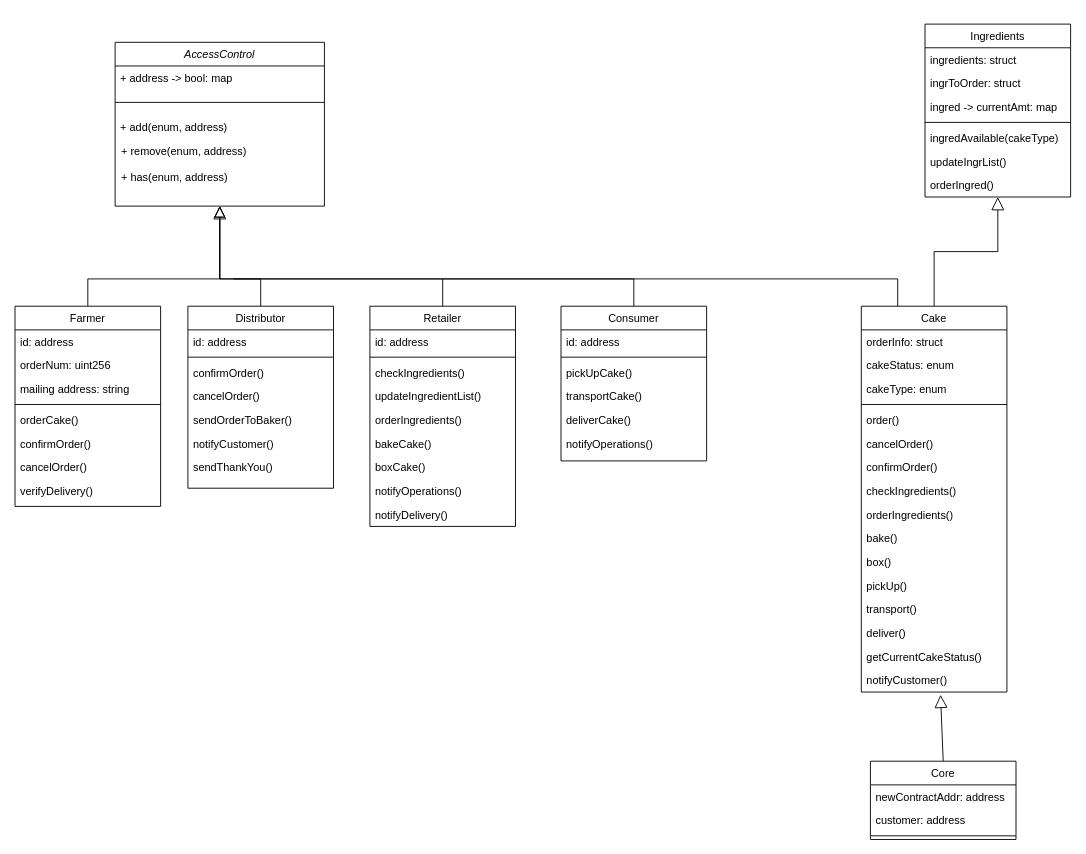
Before: planning/Coffee Supply Class.drawio in ligipop/PlanningSolutions, a draw.io diagram. Source tidied: cells renumbered, new cells numbered last; positions are measured from the earlier drawing's top-left corner, leaving out a move shared by most shapes. Both pictures are drawn from the tidied source at 91%, with x=0, y=0 at pixel (15, 24).
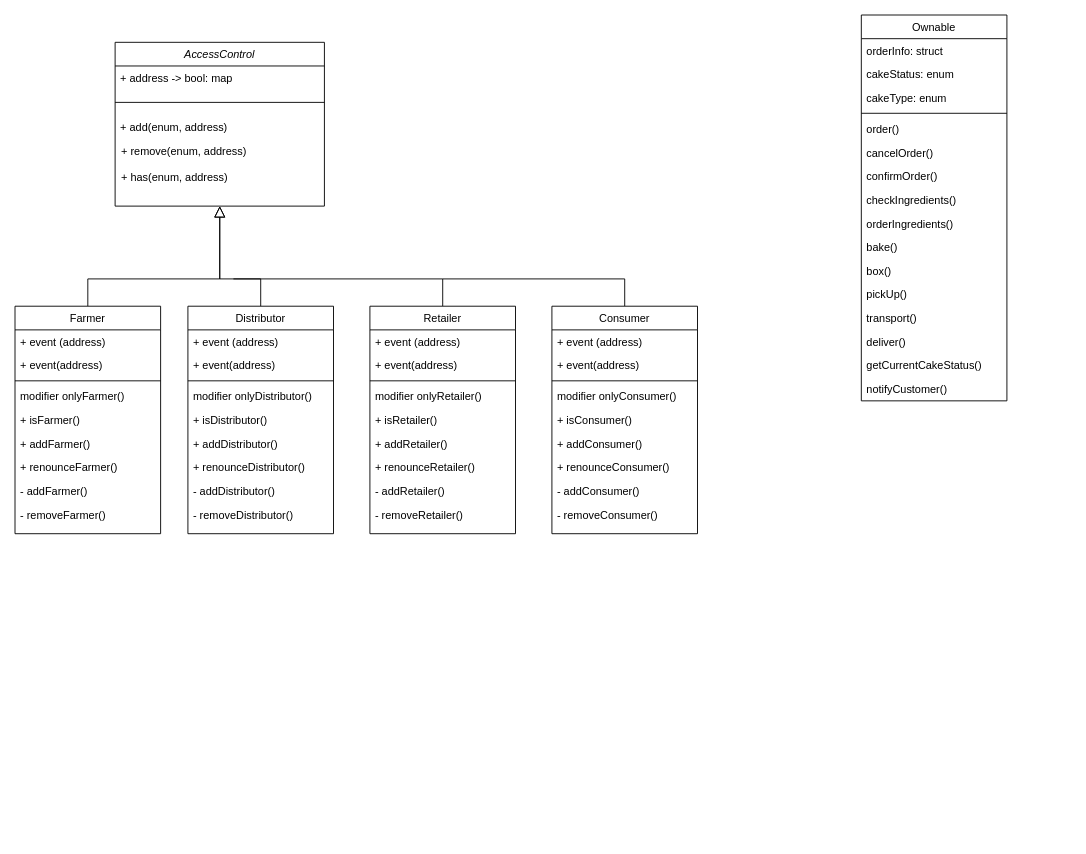
The same page after the edit.

Unchanged cells that the change refers to:
```xml
<mxCell id="2" value="AccessControl" style="swimlane;fontStyle=2;align=center;verticalAlign=top;horizontal=1;startSize=26;rounded=0;shadow=0;strokeWidth=1;" parent="1" vertex="1">
  <mxGeometry x="110" y="20" width="230" height="180" as="geometry" />
</mxCell>
<mxCell id="23" value="notifyCustomer()" style="text;align=left;verticalAlign=top;spacingLeft=4;spacingRight=4;overflow=hidden;points=[[0,0.5],[1,0.5]];portConstraint=eastwest;" parent="7" vertex="1">
  <mxGeometry y="398" width="160" height="26" as="geometry" />
</mxCell>
```

Diff of the diagram source:
```diff
@@
-    <mxCell id="7" value="Cake" style="swimlane;fontStyle=0;align=center;verticalAlign=top;horizontal=1;startSize=26;rounded=0;shadow=0;strokeWidth=1;" parent="1" vertex="1">
-      <mxGeometry x="930" y="310" width="160" height="424" as="geometry" />
+    <mxCell id="7" value="Ownable" style="swimlane;fontStyle=0;align=center;verticalAlign=top;horizontal=1;startSize=26;rounded=0;shadow=0;strokeWidth=1;" parent="1" vertex="1">
+      <mxGeometry x="930" y="-10" width="160" height="424" as="geometry" />
     </mxCell>
@@
-    <mxCell id="25" value="Retailer" style="swimlane;fontStyle=0;align=center;verticalAlign=top;horizontal=1;startSize=26;rounded=0;shadow=0;strokeWidth=1;" parent="1" vertex="1">
-      <mxGeometry x="390" y="310" width="160" height="242" as="geometry" />
-    </mxCell>
-    <mxCell id="26" value="id: address" style="text;align=left;verticalAlign=top;spacingLeft=4;spacingRight=4;overflow=hidden;" parent="25" vertex="1">
-      <mxGeometry y="26" width="160" height="26" as="geometry" />
-    </mxCell>
-    <mxCell id="27" style="line;html=1;strokeWidth=1;align=left;verticalAlign=middle;spacingTop=-1;spacingLeft=3;spacingRight=3;labelPosition=right;" parent="25" vertex="1">
-      <mxGeometry y="52" width="160" height="8" as="geometry" />
-    </mxCell>
-    <mxCell id="28" value="checkIngredients()" style="text;align=left;verticalAlign=top;spacingLeft=4;spacingRight=4;overflow=hidden;" parent="25" vertex="1">
-      <mxGeometry y="60" width="160" height="26" as="geometry" />
-    </mxCell>
-    <mxCell id="29" value="updateIngredientList()" style="text;align=left;verticalAlign=top;spacingLeft=4;spacingRight=4;overflow=hidden;" parent="25" vertex="1">
-      <mxGeometry y="86" width="160" height="26" as="geometry" />
-    </mxCell>
-    <mxCell id="30" value="orderIngredients()" style="text;align=left;verticalAlign=top;spacingLeft=4;spacingRight=4;overflow=hidden;" parent="25" vertex="1">
-      <mxGeometry y="112" width="160" height="26" as="geometry" />
-    </mxCell>
-    <mxCell id="31" value="bakeCake()" style="text;align=left;verticalAlign=top;spacingLeft=4;spacingRight=4;overflow=hidden;" parent="25" vertex="1">
-      <mxGeometry y="138" width="160" height="26" as="geometry" />
-    </mxCell>
-    <mxCell id="32" value="boxCake()" style="text;align=left;verticalAlign=top;spacingLeft=4;spacingRight=4;overflow=hidden;" parent="25" vertex="1">
-      <mxGeometry y="164" width="160" height="26" as="geometry" />
-    </mxCell>
-    <mxCell id="33" value="notifyOperations()" style="text;align=left;verticalAlign=top;spacingLeft=4;spacingRight=4;overflow=hidden;" parent="25" vertex="1">
-      <mxGeometry y="190" width="160" height="26" as="geometry" />
-    </mxCell>
-    <mxCell id="34" value="notifyDelivery()" style="text;align=left;verticalAlign=top;spacingLeft=4;spacingRight=4;overflow=hidden;" parent="25" vertex="1">
-      <mxGeometry y="216" width="160" height="26" as="geometry" />
-    </mxCell>
-    <mxCell id="35" value="Consumer" style="swimlane;fontStyle=0;align=center;verticalAlign=top;horizontal=1;startSize=26;rounded=0;shadow=0;strokeWidth=1;" parent="1" vertex="1">
-      <mxGeometry x="600" y="310" width="160" height="170" as="geometry" />
-    </mxCell>
-    <mxCell id="36" value="id: address" style="text;align=left;verticalAlign=top;spacingLeft=4;spacingRight=4;overflow=hidden;" parent="35" vertex="1">
-      <mxGeometry y="26" width="160" height="26" as="geometry" />
-    </mxCell>
-    <mxCell id="37" style="line;html=1;strokeWidth=1;align=left;verticalAlign=middle;spacingTop=-1;spacingLeft=3;spacingRight=3;labelPosition=right;" parent="35" vertex="1">
-      <mxGeometry y="52" width="160" height="8" as="geometry" />
-    </mxCell>
-    <mxCell id="38" value="pickUpCake()" style="text;align=left;verticalAlign=top;spacingLeft=4;spacingRight=4;overflow=hidden;" parent="35" vertex="1">
-      <mxGeometry y="60" width="160" height="26" as="geometry" />
-    </mxCell>
-    <mxCell id="39" value="transportCake()" style="text;align=left;verticalAlign=top;spacingLeft=4;spacingRight=4;overflow=hidden;" parent="35" vertex="1">
-      <mxGeometry y="86" width="160" height="26" as="geometry" />
-    </mxCell>
-    <mxCell id="40" value="deliverCake()" style="text;align=left;verticalAlign=top;spacingLeft=4;spacingRight=4;overflow=hidden;" parent="35" vertex="1">
-      <mxGeometry y="112" width="160" height="26" as="geometry" />
-    </mxCell>
-    <mxCell id="41" value="notifyOperations()" style="text;align=left;verticalAlign=top;spacingLeft=4;spacingRight=4;overflow=hidden;" parent="35" vertex="1">
-      <mxGeometry y="138" width="160" height="26" as="geometry" />
-    </mxCell>
@@
-    <mxCell id="44" value="Distributor" style="swimlane;fontStyle=0;align=center;verticalAlign=top;horizontal=1;startSize=26;rounded=0;shadow=0;strokeWidth=1;" parent="1" vertex="1">
-      <mxGeometry x="190" y="310" width="160" height="200" as="geometry" />
-    </mxCell>
-    <mxCell id="45" value="id: address" style="text;align=left;verticalAlign=top;spacingLeft=4;spacingRight=4;overflow=hidden;" parent="44" vertex="1">
-      <mxGeometry y="26" width="160" height="26" as="geometry" />
-    </mxCell>
-    <mxCell id="46" style="line;html=1;strokeWidth=1;align=left;verticalAlign=middle;spacingTop=-1;spacingLeft=3;spacingRight=3;labelPosition=right;" parent="44" vertex="1">
-      <mxGeometry y="52" width="160" height="8" as="geometry" />
-    </mxCell>
-    <mxCell id="47" value="confirmOrder()" style="text;align=left;verticalAlign=top;spacingLeft=4;spacingRight=4;overflow=hidden;" parent="44" vertex="1">
-      <mxGeometry y="60" width="160" height="26" as="geometry" />
-    </mxCell>
-    <mxCell id="48" value="cancelOrder()" style="text;align=left;verticalAlign=top;spacingLeft=4;spacingRight=4;overflow=hidden;" parent="44" vertex="1">
-      <mxGeometry y="86" width="160" height="26" as="geometry" />
-    </mxCell>
-    <mxCell id="49" value="sendOrderToBaker()" style="text;align=left;verticalAlign=top;spacingLeft=4;spacingRight=4;overflow=hidden;" parent="44" vertex="1">
-      <mxGeometry y="112" width="160" height="26" as="geometry" />
-    </mxCell>
-    <mxCell id="50" value="notifyCustomer()" style="text;align=left;verticalAlign=top;spacingLeft=4;spacingRight=4;overflow=hidden;" parent="44" vertex="1">
-      <mxGeometry y="138" width="160" height="26" as="geometry" />
-    </mxCell>
-    <mxCell id="51" value="sendThankYou()" style="text;align=left;verticalAlign=top;spacingLeft=4;spacingRight=4;overflow=hidden;" parent="44" vertex="1">
-      <mxGeometry y="164" width="160" height="26" as="geometry" />
-    </mxCell>
     <mxCell id="52" value="Farmer" style="swimlane;fontStyle=0;align=center;verticalAlign=top;horizontal=1;startSize=26;rounded=0;shadow=0;strokeWidth=1;" parent="1" vertex="1">
-      <mxGeometry y="310" width="160" height="220" as="geometry" />
+      <mxGeometry y="310" width="160" height="250" as="geometry" />
     </mxCell>
-    <mxCell id="53" value="id: address" style="text;align=left;verticalAlign=top;spacingLeft=4;spacingRight=4;overflow=hidden;" parent="52" vertex="1">
+    <mxCell id="53" value="+ event (address)" style="text;align=left;verticalAlign=top;spacingLeft=4;spacingRight=4;overflow=hidden;" parent="52" vertex="1">
       <mxGeometry y="26" width="160" height="26" as="geometry" />
     </mxCell>
-    <mxCell id="54" value="orderNum: uint256" style="text;align=left;verticalAlign=top;spacingLeft=4;spacingRight=4;overflow=hidden;rounded=0;shadow=0;html=0;" parent="52" vertex="1">
+    <mxCell id="54" value="+ event(address)" style="text;align=left;verticalAlign=top;spacingLeft=4;spacingRight=4;overflow=hidden;rounded=0;shadow=0;html=0;" parent="52" vertex="1">
       <mxGeometry y="52" width="160" height="26" as="geometry" />
     </mxCell>
-    <mxCell id="55" value="mailing address: string" style="text;align=left;verticalAlign=top;spacingLeft=4;spacingRight=4;overflow=hidden;rounded=0;shadow=0;html=0;" parent="52" vertex="1">
-      <mxGeometry y="78" width="160" height="26" as="geometry" />
-    </mxCell>
     <mxCell id="56" style="line;html=1;strokeWidth=1;align=left;verticalAlign=middle;spacingTop=-1;spacingLeft=3;spacingRight=3;labelPosition=right;" parent="52" vertex="1">
-      <mxGeometry y="104" width="160" height="8" as="geometry" />
+      <mxGeometry y="78" width="160" height="8" as="geometry" />
     </mxCell>
-    <mxCell id="57" value="orderCake()" style="text;align=left;verticalAlign=top;spacingLeft=4;spacingRight=4;overflow=hidden;" parent="52" vertex="1">
-      <mxGeometry y="112" width="160" height="26" as="geometry" />
+    <mxCell id="57" value="modifier onlyFarmer()" style="text;align=left;verticalAlign=top;spacingLeft=4;spacingRight=4;overflow=hidden;" parent="52" vertex="1">
+      <mxGeometry y="86" width="160" height="26" as="geometry" />
     </mxCell>
-    <mxCell id="58" value="confirmOrder()" style="text;align=left;verticalAlign=top;spacingLeft=4;spacingRight=4;overflow=hidden;" parent="52" vertex="1">
-      <mxGeometry y="138" width="160" height="26" as="geometry" />
+    <mxCell id="58" value="+ isFarmer()" style="text;align=left;verticalAlign=top;spacingLeft=4;spacingRight=4;overflow=hidden;" parent="52" vertex="1">
+      <mxGeometry y="112" width="160" height="26" as="geometry" />
     </mxCell>
-    <mxCell id="59" value="cancelOrder()" style="text;align=left;verticalAlign=top;spacingLeft=4;spacingRight=4;overflow=hidden;" parent="52" vertex="1">
-      <mxGeometry y="164" width="160" height="26" as="geometry" />
+    <mxCell id="59" value="+ addFarmer()" style="text;align=left;verticalAlign=top;spacingLeft=4;spacingRight=4;overflow=hidden;" parent="52" vertex="1">
+      <mxGeometry y="138" width="160" height="26" as="geometry" />
     </mxCell>
-    <mxCell id="60" value="verifyDelivery()" style="text;align=left;verticalAlign=top;spacingLeft=4;spacingRight=4;overflow=hidden;" parent="52" vertex="1">
-      <mxGeometry y="190" width="160" height="26" as="geometry" />
+    <mxCell id="60" value="+ renounceFarmer()" style="text;align=left;verticalAlign=top;spacingLeft=4;spacingRight=4;overflow=hidden;" parent="52" vertex="1">
+      <mxGeometry y="164" width="160" height="26" as="geometry" />
     </mxCell>
-    <mxCell id="61" value="Ingredients" style="swimlane;fontStyle=0;align=center;verticalAlign=top;horizontal=1;startSize=26;" parent="1" vertex="1">
-      <mxGeometry x="1000" width="160" height="190" as="geometry" />
-    </mxCell>
-    <mxCell id="62" value="ingredients: struct" style="text;strokeColor=none;fillColor=none;align=left;verticalAlign=top;spacingLeft=4;spacingRight=4;overflow=hidden;" parent="61" vertex="1">
-      <mxGeometry y="26" width="160" height="26" as="geometry" />
-    </mxCell>
-    <mxCell id="63" value="ingrToOrder: struct" style="text;strokeColor=none;fillColor=none;align=left;verticalAlign=top;spacingLeft=4;spacingRight=4;overflow=hidden;" parent="61" vertex="1">
-      <mxGeometry y="52" width="160" height="26" as="geometry" />
-    </mxCell>
-    <mxCell id="64" value="ingred -&gt; currentAmt: map" style="text;strokeColor=none;fillColor=none;align=left;verticalAlign=top;spacingLeft=4;spacingRight=4;overflow=hidden;" parent="61" vertex="1">
-      <mxGeometry y="78" width="160" height="26" as="geometry" />
-    </mxCell>
-    <mxCell id="65" style="line;strokeWidth=1;fillColor=none;align=left;verticalAlign=middle;spacingTop=-1;spacingLeft=3;spacingRight=3;labelPosition=right;" parent="61" vertex="1">
-      <mxGeometry y="104" width="160" height="8" as="geometry" />
-    </mxCell>
-    <mxCell id="66" value="ingredAvailable(cakeType)" style="text;strokeColor=none;fillColor=none;align=left;verticalAlign=top;spacingLeft=4;spacingRight=4;overflow=hidden;" parent="61" vertex="1">
-      <mxGeometry y="112" width="160" height="26" as="geometry" />
-    </mxCell>
-    <mxCell id="67" value="updateIngrList()" style="text;strokeColor=none;fillColor=none;align=left;verticalAlign=top;spacingLeft=4;spacingRight=4;overflow=hidden;" parent="61" vertex="1">
-      <mxGeometry y="138" width="160" height="26" as="geometry" />
-    </mxCell>
-    <mxCell id="68" value="orderIngred()" style="text;strokeColor=none;fillColor=none;align=left;verticalAlign=top;spacingLeft=4;spacingRight=4;overflow=hidden;" parent="61" vertex="1">
-      <mxGeometry y="164" width="160" height="26" as="geometry" />
-    </mxCell>
-    <mxCell id="69" style="edgeStyle=none;html=1;endSize=12;endArrow=block;endFill=0;rounded=0;exitX=0.5;exitY=0;exitDx=0;exitDy=0;entryX=0.5;entryY=1;entryDx=0;entryDy=0;" parent="1" edge="1" source="7" target="61">
-      <mxGeometry relative="1" as="geometry">
-        <Array as="points">
-          <mxPoint x="1010" y="250" />
-          <mxPoint x="1080" y="250" />
-        </Array>
-      </mxGeometry>
-    </mxCell>
-    <mxCell id="70" style="edgeStyle=none;html=1;endSize=12;endArrow=block;endFill=0;rounded=0;exitX=0.25;exitY=0;exitDx=0;exitDy=0;entryX=0.5;entryY=1;entryDx=0;entryDy=0;" parent="1" edge="1" source="7" target="2">
-      <mxGeometry relative="1" as="geometry">
-        <Array as="points">
-          <mxPoint x="970" y="280" />
-          <mxPoint x="225" y="280" />
-        </Array>
-      </mxGeometry>
-    </mxCell>
-    <mxCell id="71" value="Core" style="swimlane;fontStyle=0;align=center;verticalAlign=top;horizontal=1;startSize=26;" parent="1" vertex="1">
-      <mxGeometry x="940" y="810" width="160" height="86" as="geometry" />
-    </mxCell>
-    <mxCell id="72" value="newContractAddr: address" style="text;strokeColor=none;fillColor=none;align=left;verticalAlign=top;spacingLeft=4;spacingRight=4;overflow=hidden;" parent="71" vertex="1">
-      <mxGeometry y="26" width="160" height="26" as="geometry" />
-    </mxCell>
-    <mxCell id="73" value="customer: address" style="text;strokeColor=none;fillColor=none;align=left;verticalAlign=top;spacingLeft=4;spacingRight=4;overflow=hidden;" parent="71" vertex="1">
-      <mxGeometry y="52" width="160" height="26" as="geometry" />
-    </mxCell>
-    <mxCell id="74" style="line;strokeWidth=1;fillColor=none;align=left;verticalAlign=middle;spacingTop=-1;spacingLeft=3;spacingRight=3;labelPosition=right;" parent="71" vertex="1">
-      <mxGeometry y="78" width="160" height="8" as="geometry" />
-    </mxCell>
-    <mxCell id="75" style="edgeStyle=none;html=1;endSize=12;endArrow=block;endFill=0;rounded=0;entryX=0.544;entryY=1.115;entryDx=0;entryDy=0;entryPerimeter=0;exitX=0.5;exitY=0;exitDx=0;exitDy=0;" parent="1" edge="1" source="71" target="23">
-      <mxGeometry relative="1" as="geometry" />
-    </mxCell>
+    <mxCell id="78" value="- addFarmer()" style="text;align=left;verticalAlign=top;spacingLeft=4;spacingRight=4;overflow=hidden;" parent="52" vertex="1">
+      <mxGeometry y="190" width="160" height="26" as="geometry" />
+    </mxCell>
+    <mxCell id="79" value="- removeFarmer()" style="text;align=left;verticalAlign=top;spacingLeft=4;spacingRight=4;overflow=hidden;" parent="52" vertex="1">
+      <mxGeometry y="216" width="160" height="26" as="geometry" />
+    </mxCell>
@@
+    <mxCell id="44" value="Distributor" style="swimlane;fontStyle=0;align=center;verticalAlign=top;horizontal=1;startSize=26;rounded=0;shadow=0;strokeWidth=1;" parent="1" vertex="1">
+      <mxGeometry x="190" y="310" width="160" height="250" as="geometry" />
+    </mxCell>
+    <mxCell id="80" value="+ event (address)" style="text;align=left;verticalAlign=top;spacingLeft=4;spacingRight=4;overflow=hidden;" parent="44" vertex="1">
+      <mxGeometry y="26" width="160" height="26" as="geometry" />
+    </mxCell>
+    <mxCell id="81" value="+ event(address)" style="text;align=left;verticalAlign=top;spacingLeft=4;spacingRight=4;overflow=hidden;rounded=0;shadow=0;html=0;" parent="44" vertex="1">
+      <mxGeometry y="52" width="160" height="26" as="geometry" />
+    </mxCell>
+    <mxCell id="82" style="line;html=1;strokeWidth=1;align=left;verticalAlign=middle;spacingTop=-1;spacingLeft=3;spacingRight=3;labelPosition=right;" parent="44" vertex="1">
+      <mxGeometry y="78" width="160" height="8" as="geometry" />
+    </mxCell>
+    <mxCell id="83" value="modifier onlyDistributor()" style="text;align=left;verticalAlign=top;spacingLeft=4;spacingRight=4;overflow=hidden;" parent="44" vertex="1">
+      <mxGeometry y="86" width="160" height="26" as="geometry" />
+    </mxCell>
+    <mxCell id="84" value="+ isDistributor()" style="text;align=left;verticalAlign=top;spacingLeft=4;spacingRight=4;overflow=hidden;" parent="44" vertex="1">
+      <mxGeometry y="112" width="160" height="26" as="geometry" />
+    </mxCell>
+    <mxCell id="85" value="+ addDistributor()" style="text;align=left;verticalAlign=top;spacingLeft=4;spacingRight=4;overflow=hidden;" parent="44" vertex="1">
+      <mxGeometry y="138" width="160" height="26" as="geometry" />
+    </mxCell>
+    <mxCell id="86" value="+ renounceDistributor()" style="text;align=left;verticalAlign=top;spacingLeft=4;spacingRight=4;overflow=hidden;" parent="44" vertex="1">
+      <mxGeometry y="164" width="160" height="26" as="geometry" />
+    </mxCell>
+    <mxCell id="87" value="- addDistributor()" style="text;align=left;verticalAlign=top;spacingLeft=4;spacingRight=4;overflow=hidden;" parent="44" vertex="1">
+      <mxGeometry y="190" width="160" height="26" as="geometry" />
+    </mxCell>
+    <mxCell id="88" value="- removeDistributor()" style="text;align=left;verticalAlign=top;spacingLeft=4;spacingRight=4;overflow=hidden;" parent="44" vertex="1">
+      <mxGeometry y="216" width="160" height="26" as="geometry" />
+    </mxCell>
+    <mxCell id="25" value="Retailer" style="swimlane;fontStyle=0;align=center;verticalAlign=top;horizontal=1;startSize=26;rounded=0;shadow=0;strokeWidth=1;" parent="1" vertex="1">
+      <mxGeometry x="390" y="310" width="160" height="250" as="geometry" />
+    </mxCell>
+    <mxCell id="89" value="+ event (address)" style="text;align=left;verticalAlign=top;spacingLeft=4;spacingRight=4;overflow=hidden;" parent="25" vertex="1">
+      <mxGeometry y="26" width="160" height="26" as="geometry" />
+    </mxCell>
+    <mxCell id="90" value="+ event(address)" style="text;align=left;verticalAlign=top;spacingLeft=4;spacingRight=4;overflow=hidden;rounded=0;shadow=0;html=0;" parent="25" vertex="1">
+      <mxGeometry y="52" width="160" height="26" as="geometry" />
+    </mxCell>
+    <mxCell id="91" style="line;html=1;strokeWidth=1;align=left;verticalAlign=middle;spacingTop=-1;spacingLeft=3;spacingRight=3;labelPosition=right;" parent="25" vertex="1">
+      <mxGeometry y="78" width="160" height="8" as="geometry" />
+    </mxCell>
+    <mxCell id="92" value="modifier onlyRetailer()" style="text;align=left;verticalAlign=top;spacingLeft=4;spacingRight=4;overflow=hidden;" parent="25" vertex="1">
+      <mxGeometry y="86" width="160" height="26" as="geometry" />
+    </mxCell>
+    <mxCell id="93" value="+ isRetailer()" style="text;align=left;verticalAlign=top;spacingLeft=4;spacingRight=4;overflow=hidden;" parent="25" vertex="1">
+      <mxGeometry y="112" width="160" height="26" as="geometry" />
+    </mxCell>
+    <mxCell id="94" value="+ addRetailer()" style="text;align=left;verticalAlign=top;spacingLeft=4;spacingRight=4;overflow=hidden;" parent="25" vertex="1">
+      <mxGeometry y="138" width="160" height="26" as="geometry" />
+    </mxCell>
+    <mxCell id="95" value="+ renounceRetailer()" style="text;align=left;verticalAlign=top;spacingLeft=4;spacingRight=4;overflow=hidden;" parent="25" vertex="1">
+      <mxGeometry y="164" width="160" height="26" as="geometry" />
+    </mxCell>
+    <mxCell id="96" value="- addRetailer()" style="text;align=left;verticalAlign=top;spacingLeft=4;spacingRight=4;overflow=hidden;" parent="25" vertex="1">
+      <mxGeometry y="190" width="160" height="26" as="geometry" />
+    </mxCell>
+    <mxCell id="97" value="- removeRetailer()" style="text;align=left;verticalAlign=top;spacingLeft=4;spacingRight=4;overflow=hidden;" parent="25" vertex="1">
+      <mxGeometry y="216" width="160" height="26" as="geometry" />
+    </mxCell>
+    <mxCell id="35" value="Consumer" style="swimlane;fontStyle=0;align=center;verticalAlign=top;horizontal=1;startSize=26;rounded=0;shadow=0;strokeWidth=1;" parent="1" vertex="1">
+      <mxGeometry x="590" y="310" width="160" height="250" as="geometry" />
+    </mxCell>
+    <mxCell id="98" value="+ event (address)" style="text;align=left;verticalAlign=top;spacingLeft=4;spacingRight=4;overflow=hidden;" parent="35" vertex="1">
+      <mxGeometry y="26" width="160" height="26" as="geometry" />
+    </mxCell>
+    <mxCell id="99" value="+ event(address)" style="text;align=left;verticalAlign=top;spacingLeft=4;spacingRight=4;overflow=hidden;rounded=0;shadow=0;html=0;" parent="35" vertex="1">
+      <mxGeometry y="52" width="160" height="26" as="geometry" />
+    </mxCell>
+    <mxCell id="100" style="line;html=1;strokeWidth=1;align=left;verticalAlign=middle;spacingTop=-1;spacingLeft=3;spacingRight=3;labelPosition=right;" parent="35" vertex="1">
+      <mxGeometry y="78" width="160" height="8" as="geometry" />
+    </mxCell>
+    <mxCell id="101" value="modifier onlyConsumer()" style="text;align=left;verticalAlign=top;spacingLeft=4;spacingRight=4;overflow=hidden;" parent="35" vertex="1">
+      <mxGeometry y="86" width="160" height="26" as="geometry" />
+    </mxCell>
+    <mxCell id="102" value="+ isConsumer()" style="text;align=left;verticalAlign=top;spacingLeft=4;spacingRight=4;overflow=hidden;" parent="35" vertex="1">
+      <mxGeometry y="112" width="160" height="26" as="geometry" />
+    </mxCell>
+    <mxCell id="103" value="+ addConsumer()" style="text;align=left;verticalAlign=top;spacingLeft=4;spacingRight=4;overflow=hidden;" parent="35" vertex="1">
+      <mxGeometry y="138" width="160" height="26" as="geometry" />
+    </mxCell>
+    <mxCell id="104" value="+ renounceConsumer()" style="text;align=left;verticalAlign=top;spacingLeft=4;spacingRight=4;overflow=hidden;" parent="35" vertex="1">
+      <mxGeometry y="164" width="160" height="26" as="geometry" />
+    </mxCell>
+    <mxCell id="105" value="- addConsumer()" style="text;align=left;verticalAlign=top;spacingLeft=4;spacingRight=4;overflow=hidden;" parent="35" vertex="1">
+      <mxGeometry y="190" width="160" height="26" as="geometry" />
+    </mxCell>
+    <mxCell id="106" value="- removeConsumer()" style="text;align=left;verticalAlign=top;spacingLeft=4;spacingRight=4;overflow=hidden;" parent="35" vertex="1">
+      <mxGeometry y="216" width="160" height="26" as="geometry" />
+    </mxCell>
```
